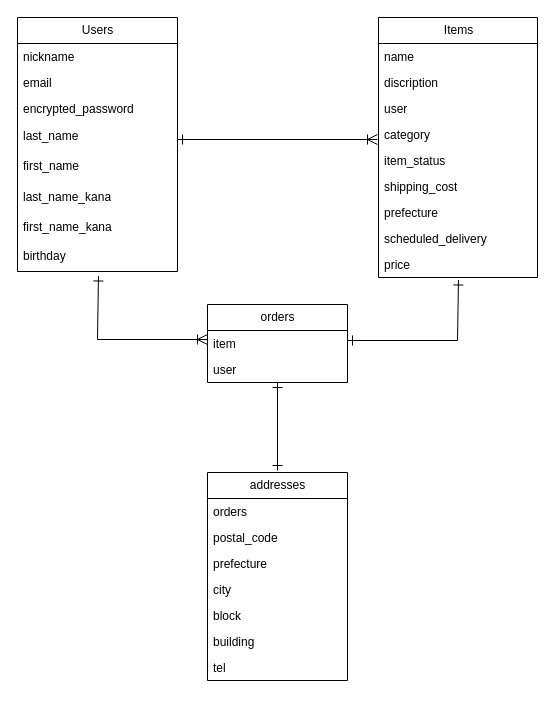
Above: furima.dio in Zipangri2683/furima-38855 (draw.io), before the change. Source tidied: cells renumbered, new cells numbered last; positions are measured from the earlier drawing's top-left corner, leaving out a move shared by most shapes. Both pictures are drawn from the tidied source at 100%, with x=0, y=0 at pixel (17, 17).
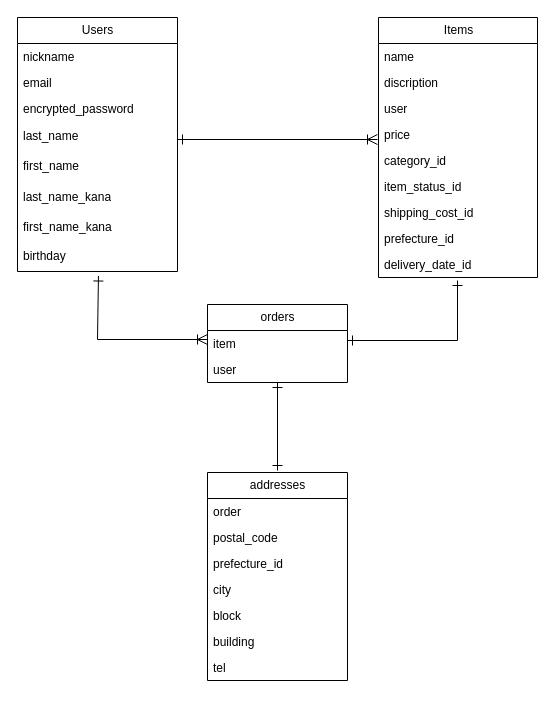
The same diagram, later.

Commit message (it also covers changes not shown here):
データベース設計 修正2

The change refers to these unchanged cells:
```xml
<mxCell id="11" value="Items" style="swimlane;fontStyle=0;horizontal=1;startSize=26;fillColor=none;html=1;rounded=0;" parent="1" vertex="1">
  <mxGeometry x="361" width="159" height="260" as="geometry" />
</mxCell>
<mxCell id="25" value="addresses" style="swimlane;fontStyle=0;horizontal=1;startSize=26;fillColor=none;html=1;rounded=0;" parent="1" vertex="1">
  <mxGeometry x="190" y="455" width="140" height="208" as="geometry" />
</mxCell>
```

Diff of the diagram source:
```diff
@@
+    <mxCell id="20" value="price" style="text;strokeColor=none;fillColor=none;align=left;verticalAlign=top;spacingLeft=4;spacingRight=4;overflow=hidden;points=[[0,0.5],[1,0.5]];portConstraint=eastwest;whiteSpace=wrap;html=1;rounded=0;" parent="11" vertex="1">
+      <mxGeometry y="104" width="159" height="26" as="geometry" />
+    </mxCell>
-    <mxCell id="15" value="category" style="text;strokeColor=none;fillColor=none;align=left;verticalAlign=top;spacingLeft=4;spacingRight=4;overflow=hidden;whiteSpace=wrap;html=1;rounded=0;" parent="11" vertex="1">
-      <mxGeometry y="104" width="159" height="26" as="geometry" />
+    <mxCell id="15" value="category_id" style="text;strokeColor=none;fillColor=none;align=left;verticalAlign=top;spacingLeft=4;spacingRight=4;overflow=hidden;whiteSpace=wrap;html=1;rounded=0;" parent="11" vertex="1">
+      <mxGeometry y="130" width="159" height="26" as="geometry" />
     </mxCell>
-    <mxCell id="16" value="item_status" style="text;strokeColor=none;fillColor=none;align=left;verticalAlign=top;spacingLeft=4;spacingRight=4;overflow=hidden;whiteSpace=wrap;html=1;rounded=0;" parent="11" vertex="1">
-      <mxGeometry y="130" width="159" height="26" as="geometry" />
+    <mxCell id="16" value="item_status_id" style="text;strokeColor=none;fillColor=none;align=left;verticalAlign=top;spacingLeft=4;spacingRight=4;overflow=hidden;whiteSpace=wrap;html=1;rounded=0;" parent="11" vertex="1">
+      <mxGeometry y="156" width="159" height="26" as="geometry" />
     </mxCell>
-    <mxCell id="17" value="shipping_cost" style="text;strokeColor=none;fillColor=none;align=left;verticalAlign=top;spacingLeft=4;spacingRight=4;overflow=hidden;whiteSpace=wrap;html=1;rounded=0;" parent="11" vertex="1">
-      <mxGeometry y="156" width="159" height="26" as="geometry" />
+    <mxCell id="17" value="shipping_cost_id" style="text;strokeColor=none;fillColor=none;align=left;verticalAlign=top;spacingLeft=4;spacingRight=4;overflow=hidden;whiteSpace=wrap;html=1;rounded=0;" parent="11" vertex="1">
+      <mxGeometry y="182" width="159" height="26" as="geometry" />
     </mxCell>
-    <mxCell id="18" value="prefecture" style="text;strokeColor=none;fillColor=none;align=left;verticalAlign=top;spacingLeft=4;spacingRight=4;overflow=hidden;whiteSpace=wrap;html=1;rounded=0;" parent="11" vertex="1">
-      <mxGeometry y="182" width="159" height="26" as="geometry" />
+    <mxCell id="18" value="prefecture_id" style="text;strokeColor=none;fillColor=none;align=left;verticalAlign=top;spacingLeft=4;spacingRight=4;overflow=hidden;whiteSpace=wrap;html=1;rounded=0;" parent="11" vertex="1">
+      <mxGeometry y="208" width="159" height="26" as="geometry" />
     </mxCell>
-    <mxCell id="19" value="scheduled_delivery" style="text;strokeColor=none;fillColor=none;align=left;verticalAlign=top;spacingLeft=4;spacingRight=4;overflow=hidden;whiteSpace=wrap;html=1;rounded=0;" parent="11" vertex="1">
-      <mxGeometry y="208" width="159" height="26" as="geometry" />
+    <mxCell id="19" value="delivery_date_id" style="text;strokeColor=none;fillColor=none;align=left;verticalAlign=top;spacingLeft=4;spacingRight=4;overflow=hidden;whiteSpace=wrap;html=1;rounded=0;" parent="11" vertex="1">
+      <mxGeometry y="234" width="159" height="26" as="geometry" />
     </mxCell>
-    <mxCell id="20" value="price" style="text;strokeColor=none;fillColor=none;align=left;verticalAlign=top;spacingLeft=4;spacingRight=4;overflow=hidden;points=[[0,0.5],[1,0.5]];portConstraint=eastwest;whiteSpace=wrap;html=1;rounded=0;" parent="11" vertex="1">
-      <mxGeometry y="234" width="159" height="26" as="geometry" />
-    </mxCell>
@@
-    <mxCell id="26" value="orders" style="text;strokeColor=none;fillColor=none;align=left;verticalAlign=top;spacingLeft=4;spacingRight=4;overflow=hidden;whiteSpace=wrap;html=1;rounded=0;" parent="25" vertex="1">
+    <mxCell id="26" value="order" style="text;strokeColor=none;fillColor=none;align=left;verticalAlign=top;spacingLeft=4;spacingRight=4;overflow=hidden;whiteSpace=wrap;html=1;rounded=0;" parent="25" vertex="1">
       <mxGeometry y="26" width="140" height="26" as="geometry" />
     </mxCell>
@@
-    <mxCell id="28" value="prefecture" style="text;strokeColor=none;fillColor=none;align=left;verticalAlign=top;spacingLeft=4;spacingRight=4;overflow=hidden;whiteSpace=wrap;html=1;rounded=0;" parent="25" vertex="1">
+    <mxCell id="28" value="prefecture_id" style="text;strokeColor=none;fillColor=none;align=left;verticalAlign=top;spacingLeft=4;spacingRight=4;overflow=hidden;whiteSpace=wrap;html=1;rounded=0;" parent="25" vertex="1">
       <mxGeometry y="78" width="140" height="26" as="geometry" />
     </mxCell>
@@
-    <mxCell id="37" style="edgeStyle=segmentEdgeStyle;endArrow=ERone;html=1;curved=0;rounded=0;endSize=8;startSize=8;strokeColor=default;strokeWidth=1;jumpSize=0;startArrow=ERone;startFill=0;endFill=0;exitX=0.503;exitY=1.096;exitDx=0;exitDy=0;exitPerimeter=0;" parent="1" edge="1" source="20">
+    <mxCell id="37" style="edgeStyle=segmentEdgeStyle;endArrow=ERone;html=1;curved=0;rounded=0;endSize=8;startSize=8;strokeColor=default;strokeWidth=1;jumpSize=0;startArrow=ERone;startFill=0;endFill=0;" parent="1" edge="1">
       <mxGeometry relative="1" as="geometry">
+        <mxPoint x="440" y="263" as="sourcePoint" />
         <mxPoint x="330" y="323" as="targetPoint" />
         <Array as="points">
           <mxPoint x="440" y="323" />
         </Array>
       </mxGeometry>
     </mxCell>
```
